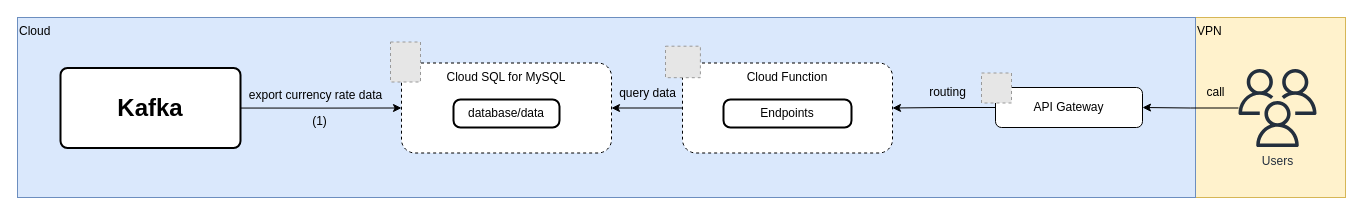
Above: api-srr.drawio in wunyu/drawio (draw.io), before the change. Source tidied: cells renumbered, new cells numbered last; positions are measured from the earlier drawing's top-left corner, leaving out a move shared by most shapes. Both pictures are drawn from the tidied source at 100%, with x=0, y=0 at pixel (17, 17). Pictures stored in the file or linked from it are replaced by grey dashed boxes.
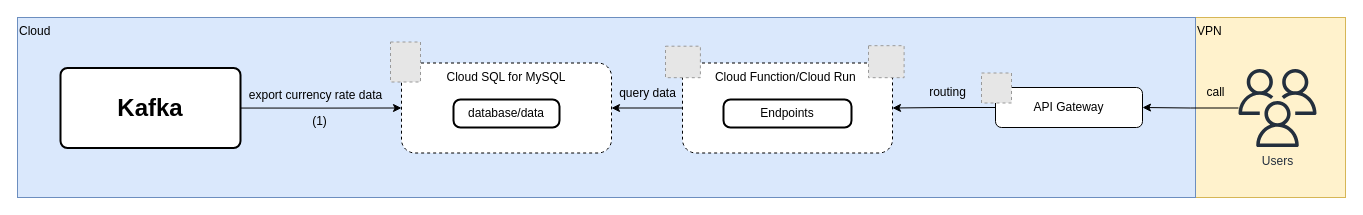
The same page after the edit.

Diff of the diagram source:
```diff
@@
-    <mxCell id="10" value="Cloud Function" style="rounded=1;whiteSpace=wrap;html=1;verticalAlign=top;dashed=1;" parent="1" vertex="1">
+    <mxCell id="10" value="Cloud Function/Cloud Run&amp;nbsp;" style="rounded=1;whiteSpace=wrap;html=1;verticalAlign=top;dashed=1;" parent="1" vertex="1">
       <mxGeometry x="665" y="45.5" width="210" height="90" as="geometry" />
     </mxCell>
@@
+    <mxCell id="23" style="fillColor=#E6E6E6;strokeColor=#999999;dashed=1;verticalLabelPosition=bottom;labelBackgroundColor=default;verticalAlign=top;" parent="1" vertex="1">
+      <mxGeometry x="851" y="28.2" width="35.6" height="32" as="geometry" />
+    </mxCell>
```
